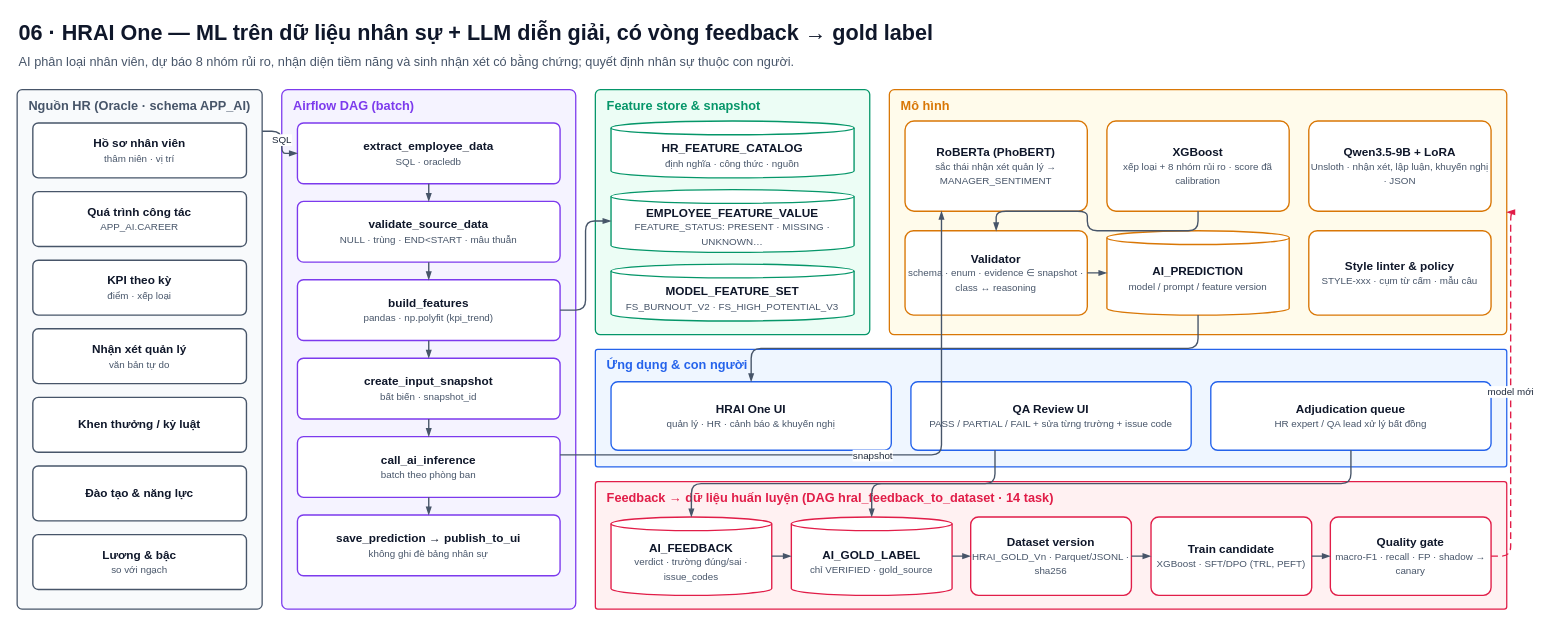
Above: page "1. Kiến trúc & pipeline" (1 of 2) of Claude ouput/Sơ đồ kiến trúc/06-hrai-one.drawio in Darin19/ducnk-interview (draw.io), before the change. Source tidied: cells renumbered, new cells numbered last; positions are measured from the earlier drawing's top-left corner, leaving out a move shared by most shapes. Both pictures are drawn from the tidied source at 98%, with x=0, y=0 at pixel (17, 17).
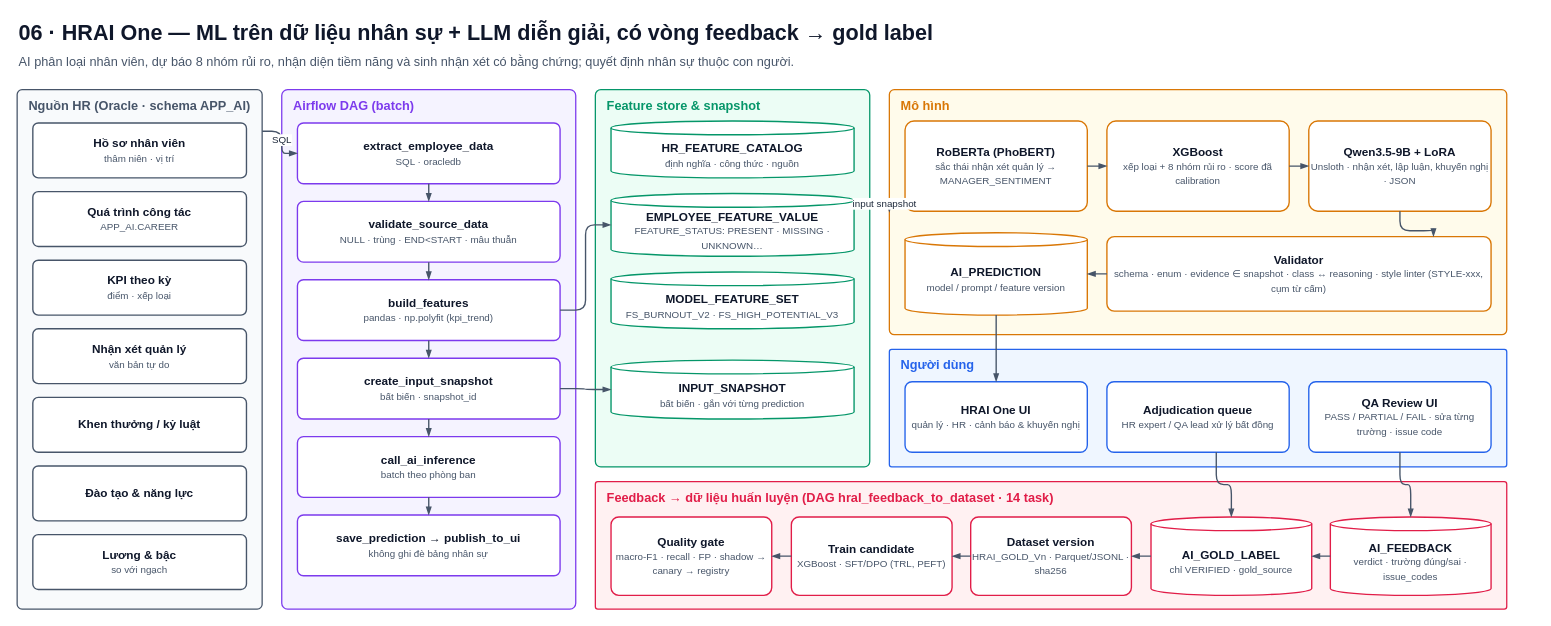
The same page after the edit.

Unchanged cells that the change refers to:
```xml
<mxCell id="16" value="&lt;b style=&quot;font-size:12px;&quot;&gt;create_input_snapshot&lt;/b&gt;&lt;br&gt;&lt;span style=&quot;font-size:10px;color:#475569;&quot;&gt;bất biến · snapshot_id&lt;/span&gt;" style="rounded=1;arcSize=10;fillColor=#FFFFFF;strokeColor=#7C3AED;whiteSpace=wrap;html=1;fontColor=#0F172A;strokeWidth=1.4;" parent="12" vertex="1">
  <mxGeometry x="16" y="274" width="268" height="62" as="geometry" />
</mxCell>
<mxCell id="17" value="&lt;b style=&quot;font-size:12px;&quot;&gt;call_ai_inference&lt;/b&gt;&lt;br&gt;&lt;span style=&quot;font-size:10px;color:#475569;&quot;&gt;batch theo phòng ban&lt;/span&gt;" style="rounded=1;arcSize=10;fillColor=#FFFFFF;strokeColor=#7C3AED;whiteSpace=wrap;html=1;fontColor=#0F172A;strokeWidth=1.4;" parent="12" vertex="1">
  <mxGeometry x="16" y="354" width="268" height="62" as="geometry" />
</mxCell>
<mxCell id="28" value="Mô hình" style="rounded=1;arcSize=2;whiteSpace=wrap;html=1;fillColor=#FFFBEB;strokeColor=#D97706;verticalAlign=top;align=left;spacingLeft=10;spacingTop=2;fontStyle=1;fontSize=13;fontColor=#D97706;strokeWidth=1.3;" parent="1" vertex="1">
  <mxGeometry x="890" y="74" width="630" height="250" as="geometry" />
</mxCell>
<mxCell id="29" value="&lt;b style=&quot;font-size:12px;&quot;&gt;RoBERTa (PhoBERT)&lt;/b&gt;&lt;br&gt;&lt;span style=&quot;font-size:10px;color:#475569;&quot;&gt;sắc thái nhận xét quản lý → MANAGER_SENTIMENT&lt;/span&gt;" style="rounded=1;arcSize=10;fillColor=#FFFFFF;strokeColor=#D97706;whiteSpace=wrap;html=1;fontColor=#0F172A;strokeWidth=1.4;" parent="28" vertex="1">
  <mxGeometry x="16" y="32" width="186" height="92" as="geometry" />
</mxCell>
<mxCell id="30" value="&lt;b style=&quot;font-size:12px;&quot;&gt;XGBoost&lt;/b&gt;&lt;br&gt;&lt;span style=&quot;font-size:10px;color:#475569;&quot;&gt;xếp loại + 8 nhóm rủi ro · score đã calibration&lt;/span&gt;" style="rounded=1;arcSize=10;fillColor=#FFFFFF;strokeColor=#D97706;whiteSpace=wrap;html=1;fontColor=#0F172A;strokeWidth=1.4;" parent="28" vertex="1">
  <mxGeometry x="222" y="32" width="186" height="92" as="geometry" />
</mxCell>
<mxCell id="31" value="&lt;b style=&quot;font-size:12px;&quot;&gt;Qwen3.5-9B + LoRA&lt;/b&gt;&lt;br&gt;&lt;span style=&quot;font-size:10px;color:#475569;&quot;&gt;Unsloth · nhận xét, lập luận, khuyến nghị · JSON&lt;/span&gt;" style="rounded=1;arcSize=10;fillColor=#FFFFFF;strokeColor=#D97706;whiteSpace=wrap;html=1;fontColor=#0F172A;strokeWidth=1.4;" parent="28" vertex="1">
  <mxGeometry x="428" y="32" width="186" height="92" as="geometry" />
</mxCell>
<mxCell id="39" value="Feedback → dữ liệu huấn luyện (DAG hraI_feedback_to_dataset · 14 task)" style="rounded=1;arcSize=2;whiteSpace=wrap;html=1;fillColor=#FFF1F2;strokeColor=#E11D48;verticalAlign=top;align=left;spacingLeft=10;spacingTop=2;fontStyle=1;fontSize=13;fontColor=#E11D48;strokeWidth=1.3;" parent="1" vertex="1">
  <mxGeometry x="590" y="474" width="930" height="130" as="geometry" />
</mxCell>
```

Change to the diagram source:
```diff
@@
     <mxCell id="24" value="Feature store &amp;amp; snapshot" style="rounded=1;arcSize=2;whiteSpace=wrap;html=1;fillColor=#ECFDF5;strokeColor=#059669;verticalAlign=top;align=left;spacingLeft=10;spacingTop=2;fontStyle=1;fontSize=13;fontColor=#059669;strokeWidth=1.3;" parent="1" vertex="1">
-      <mxGeometry x="590" y="74" width="280" height="250" as="geometry" />
+      <mxGeometry x="590" y="74" width="280" height="385" as="geometry" />
     </mxCell>
@@
     <mxCell id="26" value="&lt;b style=&quot;font-size:12px;&quot;&gt;EMPLOYEE_FEATURE_VALUE&lt;/b&gt;&lt;br&gt;&lt;span style=&quot;font-size:10px;color:#475569;&quot;&gt;FEATURE_STATUS: PRESENT · MISSING · UNKNOWN…&lt;/span&gt;" style="shape=cylinder3;boundedLbl=1;backgroundOutline=1;size=7;fillColor=#FFFFFF;strokeColor=#059669;whiteSpace=wrap;html=1;fontColor=#0F172A;strokeWidth=1.4;" parent="24" vertex="1">
-      <mxGeometry x="16" y="102" width="248" height="64" as="geometry" />
+      <mxGeometry x="16" y="106" width="248" height="64" as="geometry" />
     </mxCell>
     <mxCell id="27" value="&lt;b style=&quot;font-size:12px;&quot;&gt;MODEL_FEATURE_SET&lt;/b&gt;&lt;br&gt;&lt;span style=&quot;font-size:10px;color:#475569;&quot;&gt;FS_BURNOUT_V2 · FS_HIGH_POTENTIAL_V3&lt;/span&gt;" style="shape=cylinder3;boundedLbl=1;backgroundOutline=1;size=7;fillColor=#FFFFFF;strokeColor=#059669;whiteSpace=wrap;html=1;fontColor=#0F172A;strokeWidth=1.4;" parent="24" vertex="1">
-      <mxGeometry x="16" y="178" width="248" height="58" as="geometry" />
+      <mxGeometry x="16" y="186" width="248" height="58" as="geometry" />
     </mxCell>
+    <mxCell id="58" value="&lt;b style=&quot;font-size:12px;&quot;&gt;INPUT_SNAPSHOT&lt;/b&gt;&lt;br&gt;&lt;span style=&quot;font-size:10px;color:#475569;&quot;&gt;bất biến · gắn với từng prediction&lt;/span&gt;" style="shape=cylinder3;boundedLbl=1;backgroundOutline=1;size=7;fillColor=#FFFFFF;strokeColor=#059669;whiteSpace=wrap;html=1;fontColor=#0F172A;strokeWidth=1.4;" parent="24" vertex="1">
+      <mxGeometry x="16" y="276" width="248" height="60" as="geometry" />
+    </mxCell>
@@
+    <mxCell id="33" value="&lt;b style=&quot;font-size:12px;&quot;&gt;AI_PREDICTION&lt;/b&gt;&lt;br&gt;&lt;span style=&quot;font-size:10px;color:#475569;&quot;&gt;model / prompt / feature version&lt;/span&gt;" style="shape=cylinder3;boundedLbl=1;backgroundOutline=1;size=7;fillColor=#FFFFFF;strokeColor=#D97706;whiteSpace=wrap;html=1;fontColor=#0F172A;strokeWidth=1.4;" parent="28" vertex="1">
+      <mxGeometry x="16" y="146" width="186" height="84" as="geometry" />
+    </mxCell>
-    <mxCell id="32" value="&lt;b style=&quot;font-size:12px;&quot;&gt;Validator&lt;/b&gt;&lt;br&gt;&lt;span style=&quot;font-size:10px;color:#475569;&quot;&gt;schema · enum · evidence ∈ snapshot · class ↔ reasoning&lt;/span&gt;" style="rounded=1;arcSize=10;fillColor=#FFFFFF;strokeColor=#D97706;whiteSpace=wrap;html=1;fontColor=#0F172A;strokeWidth=1.4;" parent="28" vertex="1">
-      <mxGeometry x="16" y="144" width="186" height="86" as="geometry" />
+    <mxCell id="32" value="&lt;b style=&quot;font-size:12px;&quot;&gt;Validator&lt;/b&gt;&lt;br&gt;&lt;span style=&quot;font-size:10px;color:#475569;&quot;&gt;schema · enum · evidence ∈ snapshot · class ↔ reasoning · style linter (STYLE-xxx, cụm từ cấm)&lt;/span&gt;" style="rounded=1;arcSize=10;fillColor=#FFFFFF;strokeColor=#D97706;whiteSpace=wrap;html=1;fontColor=#0F172A;strokeWidth=1.4;" parent="28" vertex="1">
+      <mxGeometry x="222" y="150" width="392" height="76" as="geometry" />
     </mxCell>
-    <mxCell id="33" value="&lt;b style=&quot;font-size:12px;&quot;&gt;AI_PREDICTION&lt;/b&gt;&lt;br&gt;&lt;span style=&quot;font-size:10px;color:#475569;&quot;&gt;model / prompt / feature version&lt;/span&gt;" style="shape=cylinder3;boundedLbl=1;backgroundOutline=1;size=7;fillColor=#FFFFFF;strokeColor=#D97706;whiteSpace=wrap;html=1;fontColor=#0F172A;strokeWidth=1.4;" parent="28" vertex="1">
-      <mxGeometry x="222" y="144" width="186" height="86" as="geometry" />
-    </mxCell>
-    <mxCell id="34" value="&lt;b style=&quot;font-size:12px;&quot;&gt;Style linter &amp;amp; policy&lt;/b&gt;&lt;br&gt;&lt;span style=&quot;font-size:10px;color:#475569;&quot;&gt;STYLE-xxx · cụm từ cấm · mẫu câu&lt;/span&gt;" style="rounded=1;arcSize=10;fillColor=#FFFFFF;strokeColor=#D97706;whiteSpace=wrap;html=1;fontColor=#0F172A;strokeWidth=1.4;" parent="28" vertex="1">
-      <mxGeometry x="428" y="144" width="186" height="86" as="geometry" />
-    </mxCell>
-    <mxCell id="35" value="Ứng dụng &amp;amp; con người" style="rounded=1;arcSize=2;whiteSpace=wrap;html=1;fillColor=#EFF6FF;strokeColor=#2563EB;verticalAlign=top;align=left;spacingLeft=10;spacingTop=2;fontStyle=1;fontSize=13;fontColor=#2563EB;strokeWidth=1.3;" parent="1" vertex="1">
-      <mxGeometry x="590" y="339" width="930" height="120" as="geometry" />
+    <mxCell id="35" value="Người dùng" style="rounded=1;arcSize=2;whiteSpace=wrap;html=1;fillColor=#EFF6FF;strokeColor=#2563EB;verticalAlign=top;align=left;spacingLeft=10;spacingTop=2;fontStyle=1;fontSize=13;fontColor=#2563EB;strokeWidth=1.3;" parent="1" vertex="1">
+      <mxGeometry x="890" y="339" width="630" height="120" as="geometry" />
     </mxCell>
     <mxCell id="36" value="&lt;b style=&quot;font-size:12px;&quot;&gt;HRAI One UI&lt;/b&gt;&lt;br&gt;&lt;span style=&quot;font-size:10px;color:#475569;&quot;&gt;quản lý · HR · cảnh báo &amp;amp; khuyến nghị&lt;/span&gt;" style="rounded=1;arcSize=10;fillColor=#FFFFFF;strokeColor=#2563EB;whiteSpace=wrap;html=1;fontColor=#0F172A;strokeWidth=1.4;" parent="35" vertex="1">
-      <mxGeometry x="16" y="33" width="286" height="70" as="geometry" />
+      <mxGeometry x="16" y="33" width="186" height="72" as="geometry" />
     </mxCell>
+    <mxCell id="38" value="&lt;b style=&quot;font-size:12px;&quot;&gt;Adjudication queue&lt;/b&gt;&lt;br&gt;&lt;span style=&quot;font-size:10px;color:#475569;&quot;&gt;HR expert / QA lead xử lý bất đồng&lt;/span&gt;" style="rounded=1;arcSize=10;fillColor=#FFFFFF;strokeColor=#2563EB;whiteSpace=wrap;html=1;fontColor=#0F172A;strokeWidth=1.4;" parent="35" vertex="1">
+      <mxGeometry x="222" y="33" width="186" height="72" as="geometry" />
+    </mxCell>
-    <mxCell id="37" value="&lt;b style=&quot;font-size:12px;&quot;&gt;QA Review UI&lt;/b&gt;&lt;br&gt;&lt;span style=&quot;font-size:10px;color:#475569;&quot;&gt;PASS / PARTIAL / FAIL + sửa từng trường + issue code&lt;/span&gt;" style="rounded=1;arcSize=10;fillColor=#FFFFFF;strokeColor=#2563EB;whiteSpace=wrap;html=1;fontColor=#0F172A;strokeWidth=1.4;" parent="35" vertex="1">
-      <mxGeometry x="322" y="33" width="286" height="70" as="geometry" />
+    <mxCell id="37" value="&lt;b style=&quot;font-size:12px;&quot;&gt;QA Review UI&lt;/b&gt;&lt;br&gt;&lt;span style=&quot;font-size:10px;color:#475569;&quot;&gt;PASS / PARTIAL / FAIL · sửa từng trường · issue code&lt;/span&gt;" style="rounded=1;arcSize=10;fillColor=#FFFFFF;strokeColor=#2563EB;whiteSpace=wrap;html=1;fontColor=#0F172A;strokeWidth=1.4;" parent="35" vertex="1">
+      <mxGeometry x="428" y="33" width="186" height="72" as="geometry" />
     </mxCell>
-    <mxCell id="38" value="&lt;b style=&quot;font-size:12px;&quot;&gt;Adjudication queue&lt;/b&gt;&lt;br&gt;&lt;span style=&quot;font-size:10px;color:#475569;&quot;&gt;HR expert / QA lead xử lý bất đồng&lt;/span&gt;" style="rounded=1;arcSize=10;fillColor=#FFFFFF;strokeColor=#2563EB;whiteSpace=wrap;html=1;fontColor=#0F172A;strokeWidth=1.4;" parent="35" vertex="1">
-      <mxGeometry x="628" y="33" width="286" height="70" as="geometry" />
-    </mxCell>
@@
+    <mxCell id="44" value="&lt;b style=&quot;font-size:12px;&quot;&gt;Quality gate&lt;/b&gt;&lt;br&gt;&lt;span style=&quot;font-size:10px;color:#475569;&quot;&gt;macro-F1 · recall · FP · shadow → canary → registry&lt;/span&gt;" style="rounded=1;arcSize=10;fillColor=#FFFFFF;strokeColor=#E11D48;whiteSpace=wrap;html=1;fontColor=#0F172A;strokeWidth=1.4;" parent="39" vertex="1">
+      <mxGeometry x="16" y="36" width="164" height="80" as="geometry" />
+    </mxCell>
+    <mxCell id="43" value="&lt;b style=&quot;font-size:12px;&quot;&gt;Train candidate&lt;/b&gt;&lt;br&gt;&lt;span style=&quot;font-size:10px;color:#475569;&quot;&gt;XGBoost · SFT/DPO (TRL, PEFT)&lt;/span&gt;" style="rounded=1;arcSize=10;fillColor=#FFFFFF;strokeColor=#E11D48;whiteSpace=wrap;html=1;fontColor=#0F172A;strokeWidth=1.4;" parent="39" vertex="1">
+      <mxGeometry x="200" y="36" width="164" height="80" as="geometry" />
+    </mxCell>
+    <mxCell id="42" value="&lt;b style=&quot;font-size:12px;&quot;&gt;Dataset version&lt;/b&gt;&lt;br&gt;&lt;span style=&quot;font-size:10px;color:#475569;&quot;&gt;HRAI_GOLD_Vn · Parquet/JSONL · sha256&lt;/span&gt;" style="rounded=1;arcSize=10;fillColor=#FFFFFF;strokeColor=#E11D48;whiteSpace=wrap;html=1;fontColor=#0F172A;strokeWidth=1.4;" parent="39" vertex="1">
+      <mxGeometry x="383" y="36" width="164" height="80" as="geometry" />
+    </mxCell>
+    <mxCell id="41" value="&lt;b style=&quot;font-size:12px;&quot;&gt;AI_GOLD_LABEL&lt;/b&gt;&lt;br&gt;&lt;span style=&quot;font-size:10px;color:#475569;&quot;&gt;chỉ VERIFIED · gold_source&lt;/span&gt;" style="shape=cylinder3;boundedLbl=1;backgroundOutline=1;size=7;fillColor=#FFFFFF;strokeColor=#E11D48;whiteSpace=wrap;html=1;fontColor=#0F172A;strokeWidth=1.4;" parent="39" vertex="1">
+      <mxGeometry x="567" y="36" width="164" height="80" as="geometry" />
+    </mxCell>
     <mxCell id="40" value="&lt;b style=&quot;font-size:12px;&quot;&gt;AI_FEEDBACK&lt;/b&gt;&lt;br&gt;&lt;span style=&quot;font-size:10px;color:#475569;&quot;&gt;verdict · trường đúng/sai · issue_codes&lt;/span&gt;" style="shape=cylinder3;boundedLbl=1;backgroundOutline=1;size=7;fillColor=#FFFFFF;strokeColor=#E11D48;whiteSpace=wrap;html=1;fontColor=#0F172A;strokeWidth=1.4;" parent="39" vertex="1">
-      <mxGeometry x="16" y="36" width="164" height="80" as="geometry" />
+      <mxGeometry x="750" y="36" width="164" height="80" as="geometry" />
     </mxCell>
-    <mxCell id="41" value="&lt;b style=&quot;font-size:12px;&quot;&gt;AI_GOLD_LABEL&lt;/b&gt;&lt;br&gt;&lt;span style=&quot;font-size:10px;color:#475569;&quot;&gt;chỉ VERIFIED · gold_source&lt;/span&gt;" style="shape=cylinder3;boundedLbl=1;backgroundOutline=1;size=7;fillColor=#FFFFFF;strokeColor=#E11D48;whiteSpace=wrap;html=1;fontColor=#0F172A;strokeWidth=1.4;" parent="39" vertex="1">
-      <mxGeometry x="200" y="36" width="164" height="80" as="geometry" />
-    </mxCell>
-    <mxCell id="42" value="&lt;b style=&quot;font-size:12px;&quot;&gt;Dataset version&lt;/b&gt;&lt;br&gt;&lt;span style=&quot;font-size:10px;color:#475569;&quot;&gt;HRAI_GOLD_Vn · Parquet/JSONL · sha256&lt;/span&gt;" style="rounded=1;arcSize=10;fillColor=#FFFFFF;strokeColor=#E11D48;whiteSpace=wrap;html=1;fontColor=#0F172A;strokeWidth=1.4;" parent="39" vertex="1">
-      <mxGeometry x="383" y="36" width="164" height="80" as="geometry" />
-    </mxCell>
-    <mxCell id="43" value="&lt;b style=&quot;font-size:12px;&quot;&gt;Train candidate&lt;/b&gt;&lt;br&gt;&lt;span style=&quot;font-size:10px;color:#475569;&quot;&gt;XGBoost · SFT/DPO (TRL, PEFT)&lt;/span&gt;" style="rounded=1;arcSize=10;fillColor=#FFFFFF;strokeColor=#E11D48;whiteSpace=wrap;html=1;fontColor=#0F172A;strokeWidth=1.4;" parent="39" vertex="1">
-      <mxGeometry x="567" y="36" width="164" height="80" as="geometry" />
-    </mxCell>
-    <mxCell id="44" value="&lt;b style=&quot;font-size:12px;&quot;&gt;Quality gate&lt;/b&gt;&lt;br&gt;&lt;span style=&quot;font-size:10px;color:#475569;&quot;&gt;macro-F1 · recall · FP · shadow → canary&lt;/span&gt;" style="rounded=1;arcSize=10;fillColor=#FFFFFF;strokeColor=#E11D48;whiteSpace=wrap;html=1;fontColor=#0F172A;strokeWidth=1.4;" parent="39" vertex="1">
-      <mxGeometry x="750" y="36" width="164" height="80" as="geometry" />
-    </mxCell>
@@
-    <mxCell id="47" value="snapshot" style="edgeStyle=orthogonalEdgeStyle;rounded=1;jettySize=auto;html=1;strokeColor=#475569;strokeWidth=1.4;endArrow=blockThin;endFill=1;endSize=5;fontSize=10;fontColor=#1E293B;labelBackgroundColor=#FFFFFF;exitX=1;exitY=0.3;exitDx=0;exitDy=0;entryX=0.2;entryY=1;entryDx=0;entryDy=0;" parent="1" edge="1" source="17" target="29">
-      <mxGeometry relative="1" as="geometry" />
-    </mxCell>
-    <mxCell id="48" style="edgeStyle=orthogonalEdgeStyle;rounded=1;jettySize=auto;html=1;strokeColor=#475569;strokeWidth=1.4;endArrow=blockThin;endFill=1;endSize=5;fontSize=10;fontColor=#1E293B;labelBackgroundColor=#FFFFFF;exitX=0.5;exitY=1;exitDx=0;exitDy=0;entryX=0.5;entryY=0;entryDx=0;entryDy=0;" parent="1" edge="1" source="30" target="32">
-      <mxGeometry relative="1" as="geometry" />
-    </mxCell>
+    <mxCell id="59" style="edgeStyle=orthogonalEdgeStyle;rounded=1;jettySize=auto;html=1;strokeColor=#475569;strokeWidth=1.4;endArrow=blockThin;endFill=1;endSize=5;fontSize=10;fontColor=#1E293B;labelBackgroundColor=#FFFFFF;exitX=1;exitY=0.5;exitDx=0;exitDy=0;entryX=0;entryY=0.5;entryDx=0;entryDy=0;" parent="1" edge="1" source="16" target="58">
+      <mxGeometry relative="1" as="geometry" />
+    </mxCell>
+    <mxCell id="60" value="input snapshot" style="edgeStyle=orthogonalEdgeStyle;rounded=1;jettySize=auto;html=1;strokeColor=#475569;strokeWidth=1.4;endArrow=blockThin;endFill=1;endSize=5;fontSize=10;fontColor=#1E293B;labelBackgroundColor=#FFFFFF;exitX=1;exitY=0.3;exitDx=0;exitDy=0;entryX=0;entryY=0.5;entryDx=0;entryDy=0;" parent="1" edge="1" source="24" target="28">
+      <mxGeometry relative="1" as="geometry" />
+    </mxCell>
+    <mxCell id="61" style="edgeStyle=orthogonalEdgeStyle;rounded=1;jettySize=auto;html=1;strokeColor=#475569;strokeWidth=1.4;endArrow=blockThin;endFill=1;endSize=5;fontSize=10;fontColor=#1E293B;labelBackgroundColor=#FFFFFF;" parent="1" edge="1" source="29" target="30">
+      <mxGeometry relative="1" as="geometry" />
+    </mxCell>
+    <mxCell id="62" style="edgeStyle=orthogonalEdgeStyle;rounded=1;jettySize=auto;html=1;strokeColor=#475569;strokeWidth=1.4;endArrow=blockThin;endFill=1;endSize=5;fontSize=10;fontColor=#1E293B;labelBackgroundColor=#FFFFFF;" parent="1" edge="1" source="30" target="31">
+      <mxGeometry relative="1" as="geometry" />
+    </mxCell>
+    <mxCell id="63" style="edgeStyle=orthogonalEdgeStyle;rounded=1;jettySize=auto;html=1;strokeColor=#475569;strokeWidth=1.4;endArrow=blockThin;endFill=1;endSize=5;fontSize=10;fontColor=#1E293B;labelBackgroundColor=#FFFFFF;exitX=0.5;exitY=1;exitDx=0;exitDy=0;entryX=0.85;entryY=0;entryDx=0;entryDy=0;" parent="1" edge="1" source="31" target="32">
+      <mxGeometry relative="1" as="geometry" />
+    </mxCell>
@@
-    <mxCell id="51" style="edgeStyle=orthogonalEdgeStyle;rounded=1;jettySize=auto;html=1;strokeColor=#475569;strokeWidth=1.4;endArrow=blockThin;endFill=1;endSize=5;fontSize=10;fontColor=#1E293B;labelBackgroundColor=#FFFFFF;exitX=0.3;exitY=1;exitDx=0;exitDy=0;entryX=0.5;entryY=0;entryDx=0;entryDy=0;" parent="1" edge="1" source="37" target="40">
+    <mxCell id="51" style="edgeStyle=orthogonalEdgeStyle;rounded=1;jettySize=auto;html=1;strokeColor=#475569;strokeWidth=1.4;endArrow=blockThin;endFill=1;endSize=5;fontSize=10;fontColor=#1E293B;labelBackgroundColor=#FFFFFF;exitX=0.5;exitY=1;exitDx=0;exitDy=0;entryX=0.5;entryY=0;entryDx=0;entryDy=0;" parent="1" edge="1" source="37" target="40">
       <mxGeometry relative="1" as="geometry" />
     </mxCell>
-    <mxCell id="52" style="edgeStyle=orthogonalEdgeStyle;rounded=1;jettySize=auto;html=1;strokeColor=#475569;strokeWidth=1.4;endArrow=blockThin;endFill=1;endSize=5;fontSize=10;fontColor=#1E293B;labelBackgroundColor=#FFFFFF;exitX=0.5;exitY=1;exitDx=0;exitDy=0;entryX=0.5;entryY=0;entryDx=0;entryDy=0;" parent="1" edge="1" source="38" target="41">
+    <mxCell id="52" style="edgeStyle=orthogonalEdgeStyle;rounded=1;jettySize=auto;html=1;strokeColor=#475569;strokeWidth=1.4;endArrow=blockThin;endFill=1;endSize=5;fontSize=10;fontColor=#1E293B;labelBackgroundColor=#FFFFFF;exitX=0.6;exitY=1;exitDx=0;exitDy=0;entryX=0.5;entryY=0;entryDx=0;entryDy=0;" parent="1" edge="1" source="38" target="41">
       <mxGeometry relative="1" as="geometry" />
     </mxCell>
@@
-    <mxCell id="57" value="model mới" style="edgeStyle=orthogonalEdgeStyle;rounded=1;jettySize=auto;html=1;strokeColor=#E11D48;strokeWidth=1.4;endArrow=blockThin;endFill=1;endSize=5;fontSize=10;fontColor=#1E293B;labelBackgroundColor=#FFFFFF;dashed=1;dashPattern=5 3;exitX=1;exitY=0.5;exitDx=0;exitDy=0;entryX=1;entryY=0.5;entryDx=0;entryDy=0;" parent="1" edge="1" source="44" target="28">
-      <mxGeometry relative="1" as="geometry" />
-    </mxCell>
```
